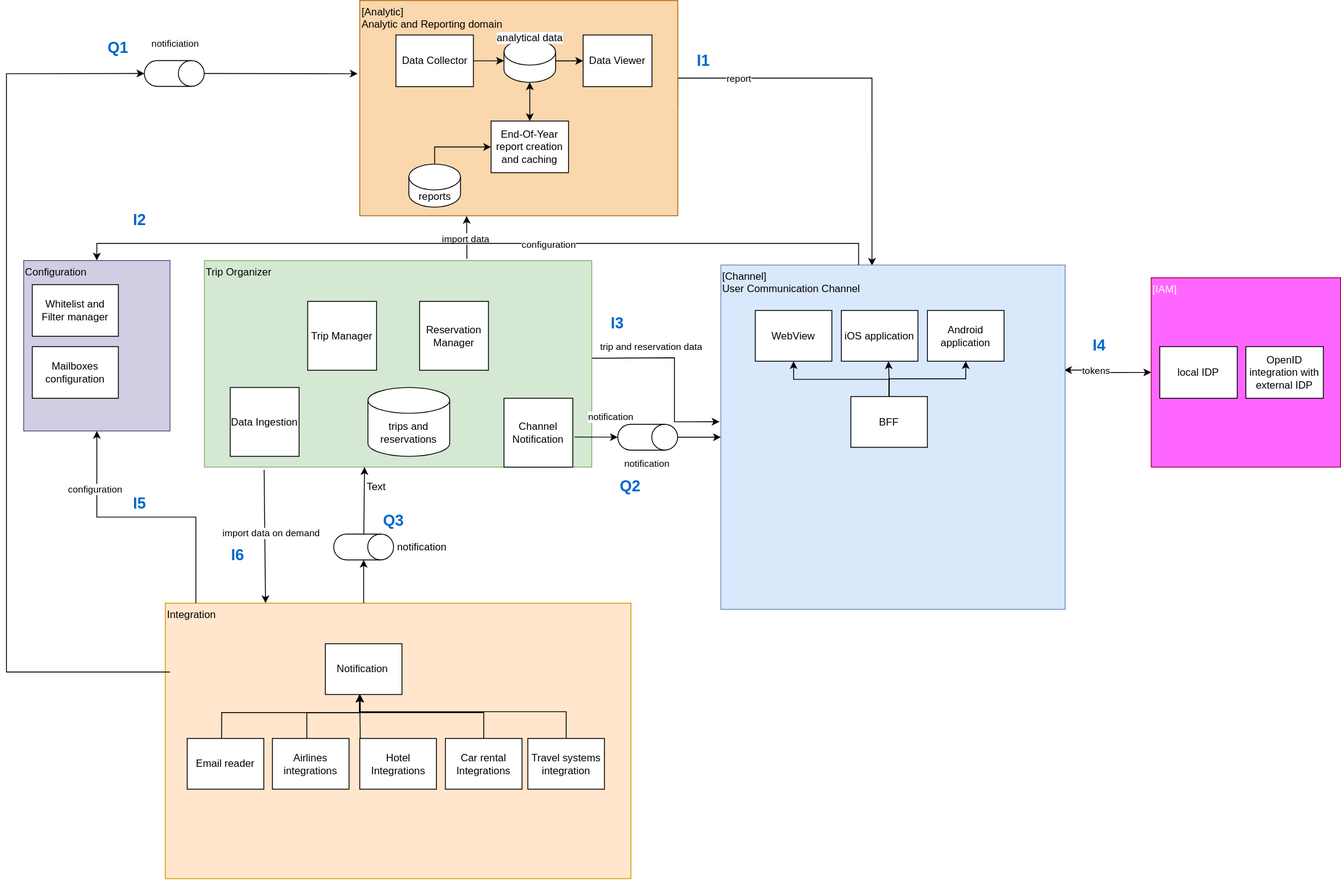
The draw.io diagram diagrams/Component overview.drawio.svg in wschaef/architecture-kata-2023, before a commit. Source tidied: cells renumbered, new cells last; positions are measured from the earlier drawing's top-left corner, leaving out a move shared by most shapes.
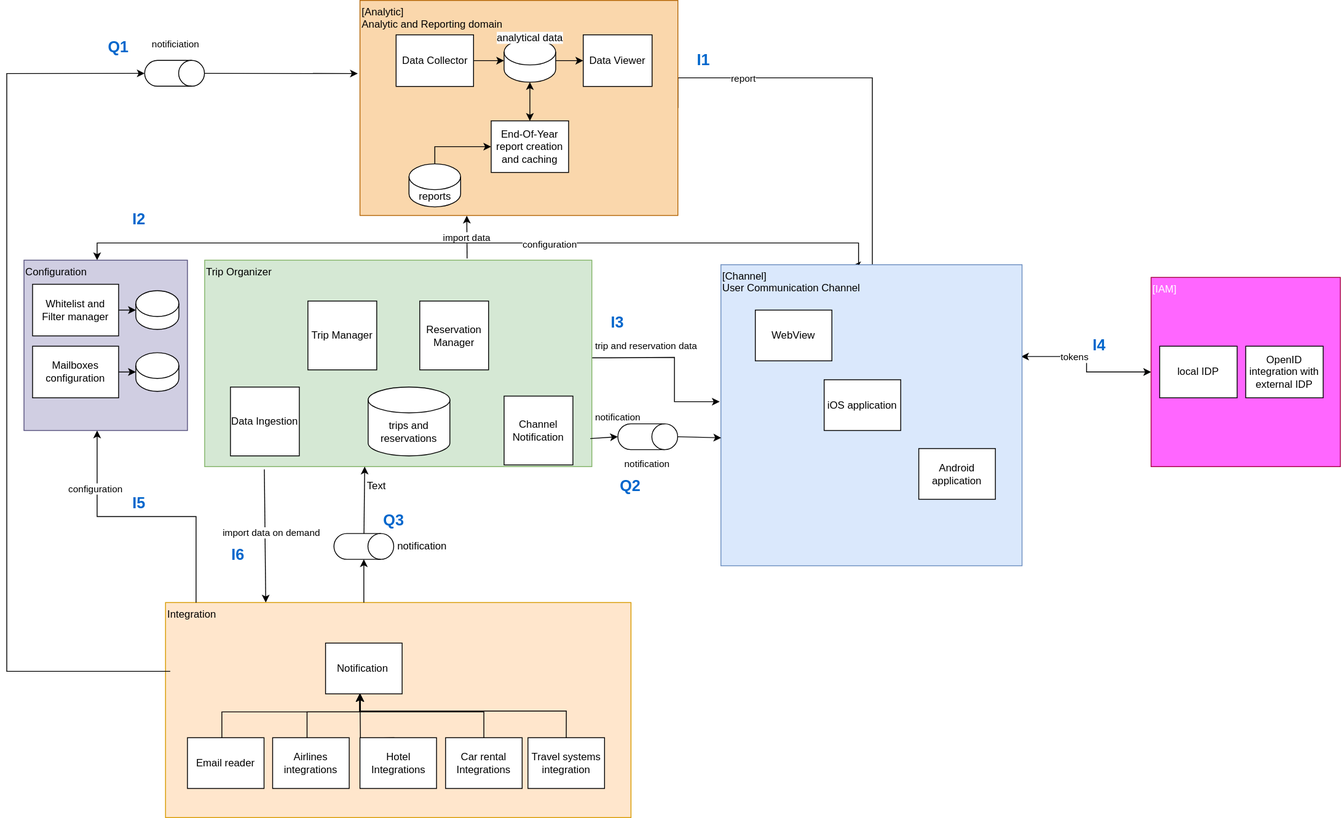
After the change.

The edit, as a diff of the source:
```diff
@@ -56,32 +56,21 @@
       </mxGeometry>
     </mxCell>
     <mxCell id="16" value="[Channel]&lt;br&gt;User Communication Channel" style="whiteSpace=wrap;html=1;align=left;verticalAlign=top;fillColor=#dae8fc;strokeColor=#6c8ebf;" parent="1" vertex="1">
-      <mxGeometry x="830" y="307.2" width="400" height="400" as="geometry" />
+      <mxGeometry x="830" y="307.2" width="350" height="350" as="geometry" />
     </mxCell>
     <mxCell id="17" value="WebView" style="rounded=0;whiteSpace=wrap;html=1;" parent="1" vertex="1">
       <mxGeometry x="870" y="360" width="89" height="59" as="geometry" />
     </mxCell>
     <mxCell id="18" value="iOS application" style="rounded=0;whiteSpace=wrap;html=1;" parent="1" vertex="1">
-      <mxGeometry x="970" y="360" width="89" height="59" as="geometry" />
+      <mxGeometry x="950" y="441" width="89" height="59" as="geometry" />
     </mxCell>
     <mxCell id="19" value="Android application" style="rounded=0;whiteSpace=wrap;html=1;" parent="1" vertex="1">
-      <mxGeometry x="1070" y="360" width="89" height="59" as="geometry" />
+      <mxGeometry x="1060" y="521" width="89" height="59" as="geometry" />
     </mxCell>
-    <mxCell id="20" style="edgeStyle=orthogonalEdgeStyle;rounded=0;jettySize=auto;html=1;entryX=0.5;entryY=1;entryDx=0;entryDy=0;" parent="1" edge="1" source="21" target="17">
-      <mxGeometry relative="1" as="geometry">
-        <Array as="points">
-          <mxPoint x="976" y="440" />
-          <mxPoint x="865" y="440" />
-        </Array>
-      </mxGeometry>
-    </mxCell>
-    <mxCell id="21" value="BFF" style="rounded=0;whiteSpace=wrap;html=1;" parent="1" vertex="1">
-      <mxGeometry x="981" y="460" width="89" height="59" as="geometry" />
-    </mxCell>
     <mxCell id="22" style="shape=cylinder3;whiteSpace=wrap;html=1;boundedLbl=1;backgroundOutline=1;size=15;rotation=90;" parent="1" vertex="1">
       <mxGeometry x="730" y="472.5" width="30" height="69.5" as="geometry" />
     </mxCell>
-    <mxCell id="23" style="endArrow=classic;html=1;rounded=0;exitX=0.5;exitY=0;exitDx=0;exitDy=0;exitPerimeter=0;entryX=0;entryY=0.5;entryDx=0;entryDy=0;" parent="1" edge="1" source="22" target="16">
+    <mxCell id="23" style="endArrow=classic;html=1;rounded=0;exitX=0.5;exitY=0;exitDx=0;exitDy=0;exitPerimeter=0;entryX=0.001;entryY=0.575;entryDx=0;entryDy=0;entryPerimeter=0;" parent="1" edge="1" source="22" target="16">
       <mxGeometry relative="1" as="geometry" />
     </mxCell>
     <mxCell id="24" value="notification" style="edgeLabel;html=1;align=center;verticalAlign=middle;" parent="23" vertex="1">
@@ -133,7 +122,7 @@
       <mxGeometry x="467.5" y="190" width="60" height="50" as="geometry" />
     </mxCell>
     <mxCell id="35" value="Integration" style="rounded=0;whiteSpace=wrap;html=1;align=left;verticalAlign=top;fillColor=#ffe6cc;strokeColor=#d79b00;" parent="1" vertex="1">
-      <mxGeometry x="184.5" y="700" width="541" height="320" as="geometry" />
+      <mxGeometry x="184.5" y="700" width="541" height="250" as="geometry" />
     </mxCell>
     <mxCell id="36" style="edgeStyle=orthogonalEdgeStyle;rounded=0;jettySize=auto;html=1;" parent="1" edge="1" source="37" target="38">
       <mxGeometry relative="1" as="geometry" />
@@ -211,10 +200,8 @@
     <mxCell id="50" value="Hotel Integrations" style="rounded=0;whiteSpace=wrap;html=1;" parent="1" vertex="1">
       <mxGeometry x="410.5" y="857.2" width="89" height="59" as="geometry" />
     </mxCell>
-    <mxCell id="51" style="endArrow=classic;html=1;rounded=0;entryX=0.5;entryY=1;entryDx=0;entryDy=0;entryPerimeter=0;" parent="1" edge="1" target="22">
-      <mxGeometry relative="1" as="geometry">
-        <mxPoint x="660" y="507" as="sourcePoint" />
-      </mxGeometry>
+    <mxCell id="51" style="endArrow=classic;html=1;rounded=0;entryX=0.5;entryY=1;entryDx=0;entryDy=0;entryPerimeter=0;exitX=0.996;exitY=0.864;exitDx=0;exitDy=0;exitPerimeter=0;" parent="1" edge="1" source="2" target="22">
+      <mxGeometry relative="1" as="geometry" />
     </mxCell>
     <mxCell id="52" value="notification" style="edgeLabel;html=1;align=center;verticalAlign=middle;" parent="51" vertex="1">
       <mxGeometry x="0.11" y="-2" relative="1" as="geometry">
@@ -236,12 +223,6 @@
         <mxPoint x="196" y="-472" as="offset" />
       </mxGeometry>
     </mxCell>
-    <mxCell id="55" style="edgeStyle=orthogonalEdgeStyle;rounded=0;jettySize=auto;html=1;entryX=0.615;entryY=1.002;entryDx=0;entryDy=0;entryPerimeter=0;exitX=0.5;exitY=0;exitDx=0;exitDy=0;" parent="1" edge="1" source="21" target="18">
-      <mxGeometry relative="1" as="geometry" />
-    </mxCell>
-    <mxCell id="56" style="edgeStyle=orthogonalEdgeStyle;rounded=0;jettySize=auto;html=1;entryX=0.5;entryY=1;entryDx=0;entryDy=0;exitX=0.5;exitY=0;exitDx=0;exitDy=0;" parent="1" edge="1" source="21" target="19">
-      <mxGeometry relative="1" as="geometry" />
-    </mxCell>
     <mxCell id="57" style="rounded=0;jettySize=auto;html=1;" parent="1" edge="1" target="58">
       <mxGeometry relative="1" as="geometry">
         <mxPoint x="415" y="700" as="sourcePoint" />
@@ -261,7 +242,7 @@
     <mxCell id="60" value="configuration" style="edgeLabel;html=1;align=center;verticalAlign=middle;" parent="59" vertex="1">
       <mxGeometry x="-0.58" y="-3" relative="1" as="geometry" />
     </mxCell>
-    <mxCell id="61" style="edgeStyle=orthogonalEdgeStyle;rounded=0;jettySize=auto;html=1;exitX=0.5;exitY=0;exitDx=0;exitDy=0;endArrow=none;endFill=0;startArrow=classic;startFill=1;" parent="1" edge="1" source="63" target="16">
+    <mxCell id="61" style="edgeStyle=orthogonalEdgeStyle;rounded=0;jettySize=auto;html=1;endArrow=none;endFill=0;startArrow=classic;startFill=1;" parent="1" edge="1" source="63" target="16">
       <mxGeometry relative="1" as="geometry">
         <Array as="points">
           <mxPoint x="105" y="282" />
@@ -273,10 +254,10 @@
       <mxGeometry x="0.17" y="-1" relative="1" as="geometry" />
     </mxCell>
     <mxCell id="63" value="Configuration&lt;br&gt;&lt;br&gt;" style="rounded=0;whiteSpace=wrap;html=1;align=left;verticalAlign=top;fillColor=#d0cee2;strokeColor=#56517e;" parent="1" vertex="1">
-      <mxGeometry x="20" y="302" width="170" height="198" as="geometry" />
+      <mxGeometry x="20" y="302" width="190" height="198" as="geometry" />
     </mxCell>
     <mxCell id="64" value="Channel Notification" style="whiteSpace=wrap;html=1;" parent="1" vertex="1">
-      <mxGeometry x="578" y="462" width="80" height="80" as="geometry" />
+      <mxGeometry x="578" y="460" width="80" height="80" as="geometry" />
     </mxCell>
     <mxCell id="65" value="Trip Manager" style="whiteSpace=wrap;html=1;" parent="1" vertex="1">
       <mxGeometry x="350" y="349.5" width="80" height="80" as="geometry" />
@@ -284,6 +265,9 @@
     <mxCell id="66" value="Reservation Manager" style="whiteSpace=wrap;html=1;" parent="1" vertex="1">
       <mxGeometry x="480" y="349.5" width="80" height="80" as="geometry" />
     </mxCell>
+    <mxCell id="82" style="edgeStyle=orthogonalEdgeStyle;rounded=0;jettySize=auto;html=1;exitX=1;exitY=0.5;exitDx=0;exitDy=0;entryX=0;entryY=0.5;entryDx=0;entryDy=0;entryPerimeter=0;" parent="1" edge="1" source="67" target="83">
+      <mxGeometry relative="1" as="geometry" />
+    </mxCell>
     <mxCell id="67" value="Whitelist and Filter manager" style="rounded=0;whiteSpace=wrap;html=1;" parent="1" vertex="1">
       <mxGeometry x="30" y="330" width="100" height="60" as="geometry" />
     </mxCell>
@@ -329,5 +313,14 @@
     <mxCell id="81" value="&lt;h2&gt;Q3&lt;/h2&gt;" style="text;html=1;strokeColor=none;fillColor=none;align=center;verticalAlign=middle;whiteSpace=wrap;rounded=0;fontColor=#0066CC;" parent="1" vertex="1">
       <mxGeometry x="420" y="589.8" width="60" height="30" as="geometry" />
     </mxCell>
+    <mxCell id="83" style="shape=cylinder3;whiteSpace=wrap;html=1;boundedLbl=1;backgroundOutline=1;size=15;" parent="1" vertex="1">
+      <mxGeometry x="150" y="337.5" width="50" height="45" as="geometry" />
+    </mxCell>
+    <mxCell id="84" style="shape=cylinder3;whiteSpace=wrap;html=1;boundedLbl=1;backgroundOutline=1;size=15;" parent="1" vertex="1">
+      <mxGeometry x="150" y="409.5" width="50" height="45" as="geometry" />
+    </mxCell>
+    <mxCell id="85" style="endArrow=classic;html=1;rounded=0;entryX=0;entryY=0.5;entryDx=0;entryDy=0;entryPerimeter=0;exitX=1;exitY=0.5;exitDx=0;exitDy=0;" parent="1" edge="1" source="68" target="84">
+      <mxGeometry relative="1" as="geometry" />
+    </mxCell>
   </root>
 </mxGraphModel>
```
